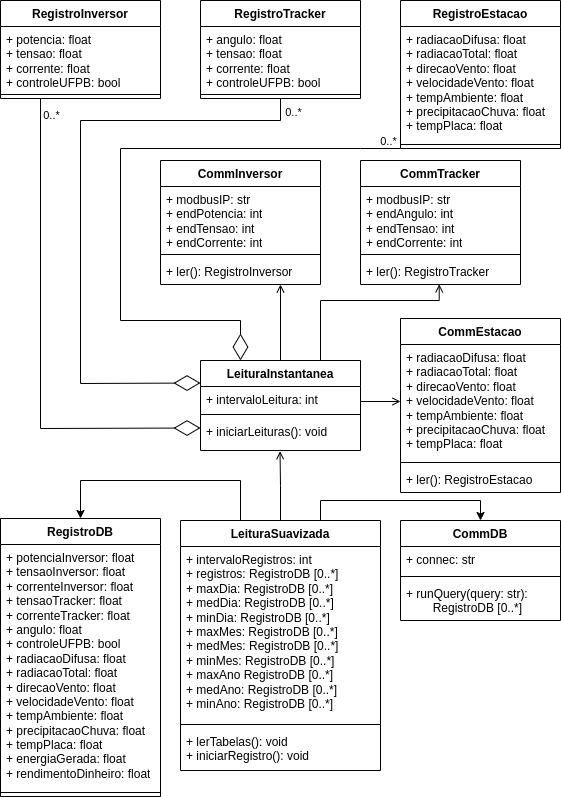
Earlier version of the draw.io export diagrama de classes.drawio.png (jaedson-barbosa/supervisorio-solar-ufpb-docs). Source tidied: cells renumbered, new cells last; positions are measured from the earlier drawing's top-left corner, leaving out a move shared by most shapes.
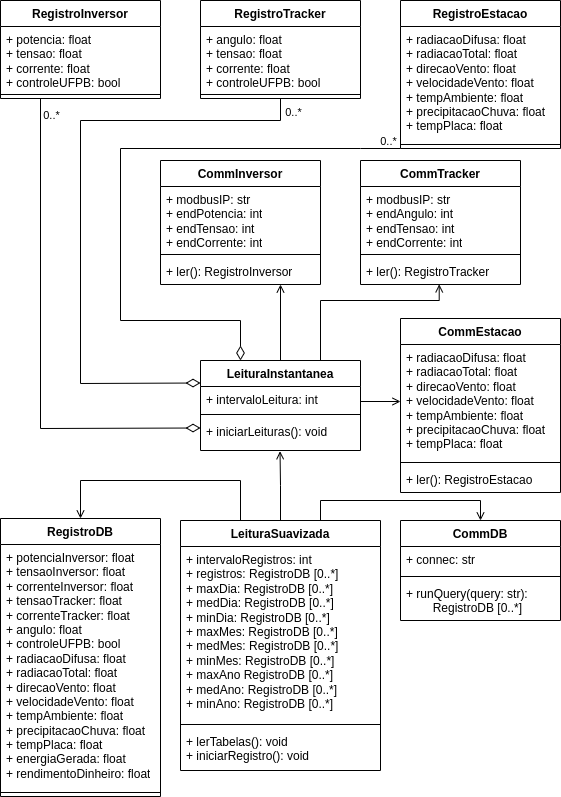
The same diagram one commit later.

What changed in the source:
```diff
@@ -29,7 +29,7 @@
     <mxCell id="10" style="line;strokeWidth=1;fillColor=none;align=left;verticalAlign=middle;spacingTop=-1;spacingLeft=3;spacingRight=3;labelPosition=right;strokeColor=inherit;" parent="8" vertex="1">
       <mxGeometry y="140" width="160" height="8" as="geometry" />
     </mxCell>
-    <mxCell id="11" style="endArrow=diamondThin;endFill=0;endSize=24;html=1;rounded=0;exitX=0.25;exitY=1;exitDx=0;exitDy=0;entryX=0;entryY=0.75;entryDx=0;entryDy=0;" parent="1" edge="1" source="2" target="42">
+    <mxCell id="11" style="endArrow=diamondThin;endFill=0;endSize=12;html=1;rounded=0;exitX=0.25;exitY=1;exitDx=0;exitDy=0;entryX=0;entryY=0.75;entryDx=0;entryDy=0;" parent="1" edge="1" source="2" target="42">
       <mxGeometry relative="1" as="geometry">
         <Array as="points">
           <mxPoint x="40" y="428" />
@@ -41,7 +41,7 @@
         <mxPoint x="8" y="-58" as="offset" />
       </mxGeometry>
     </mxCell>
-    <mxCell id="13" style="endArrow=diamondThin;endFill=0;endSize=24;html=1;rounded=0;exitX=0.5;exitY=1;exitDx=0;exitDy=0;entryX=0;entryY=0.25;entryDx=0;entryDy=0;" parent="1" edge="1" source="5" target="42">
+    <mxCell id="13" style="endArrow=diamondThin;endFill=0;endSize=12;html=1;rounded=0;exitX=0.5;exitY=1;exitDx=0;exitDy=0;entryX=0;entryY=0.25;entryDx=0;entryDy=0;" parent="1" edge="1" source="5" target="42">
       <mxGeometry relative="1" as="geometry">
         <Array as="points">
           <mxPoint x="280" y="120" />
@@ -55,7 +55,7 @@
         <mxPoint x="12" as="offset" />
       </mxGeometry>
     </mxCell>
-    <mxCell id="15" style="endArrow=diamondThin;endFill=0;endSize=24;html=1;rounded=0;exitX=0;exitY=1;exitDx=0;exitDy=0;entryX=0.25;entryY=0;entryDx=0;entryDy=0;" parent="1" edge="1" source="8" target="42">
+    <mxCell id="15" style="endArrow=diamondThin;endFill=0;endSize=12;html=1;rounded=0;exitX=0;exitY=1;exitDx=0;exitDy=0;entryX=0.25;entryY=0;entryDx=0;entryDy=0;" parent="1" edge="1" source="8" target="42">
       <mxGeometry relative="1" as="geometry">
         <Array as="points">
           <mxPoint x="360" y="148" />
@@ -109,7 +109,7 @@
     <mxCell id="29" style="edgeStyle=orthogonalEdgeStyle;rounded=0;jettySize=auto;html=1;exitX=0.5;exitY=0;exitDx=0;exitDy=0;entryX=0.497;entryY=1.023;entryDx=0;entryDy=0;entryPerimeter=0;endArrow=open;endFill=0;" parent="1" edge="1" source="32" target="45">
       <mxGeometry relative="1" as="geometry" />
     </mxCell>
-    <mxCell id="30" style="edgeStyle=orthogonalEdgeStyle;rounded=0;jettySize=auto;html=1;exitX=0.75;exitY=0;exitDx=0;exitDy=0;entryX=0.5;entryY=0;entryDx=0;entryDy=0;" parent="1" edge="1" source="32" target="36">
+    <mxCell id="30" style="edgeStyle=orthogonalEdgeStyle;rounded=0;jettySize=auto;html=1;exitX=0.75;exitY=0;exitDx=0;exitDy=0;entryX=0.5;entryY=0;entryDx=0;entryDy=0;endArrow=open;endFill=0;" parent="1" edge="1" source="32" target="36">
       <mxGeometry relative="1" as="geometry">
         <Array as="points">
           <mxPoint x="320" y="520" />
@@ -118,7 +118,7 @@
         </Array>
       </mxGeometry>
     </mxCell>
-    <mxCell id="31" style="edgeStyle=orthogonalEdgeStyle;rounded=0;jettySize=auto;html=1;exitX=0.25;exitY=0;exitDx=0;exitDy=0;entryX=0.5;entryY=0;entryDx=0;entryDy=0;" parent="1" edge="1" source="32" target="47">
+    <mxCell id="31" style="edgeStyle=orthogonalEdgeStyle;rounded=0;jettySize=auto;html=1;exitX=0.25;exitY=0;exitDx=0;exitDy=0;entryX=0.5;entryY=0;entryDx=0;entryDy=0;endArrow=open;endFill=0;" parent="1" edge="1" source="32" target="47">
       <mxGeometry relative="1" as="geometry">
         <Array as="points">
           <mxPoint x="240" y="480" />
```
